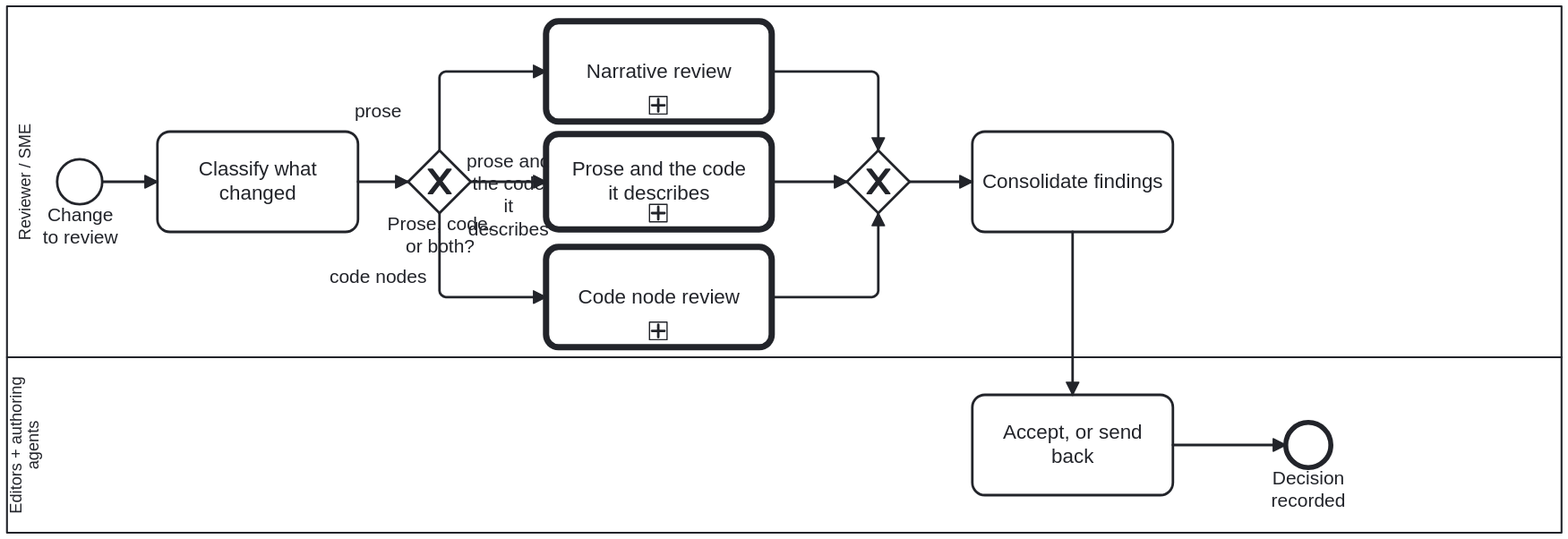
Above: docs/assets/img/workflows/review-task.svg in litlfred/cat-harness (BPMN), before the change. Its source is kept beside it as processes/content/review-task.bpmn. Ids are renumbered.
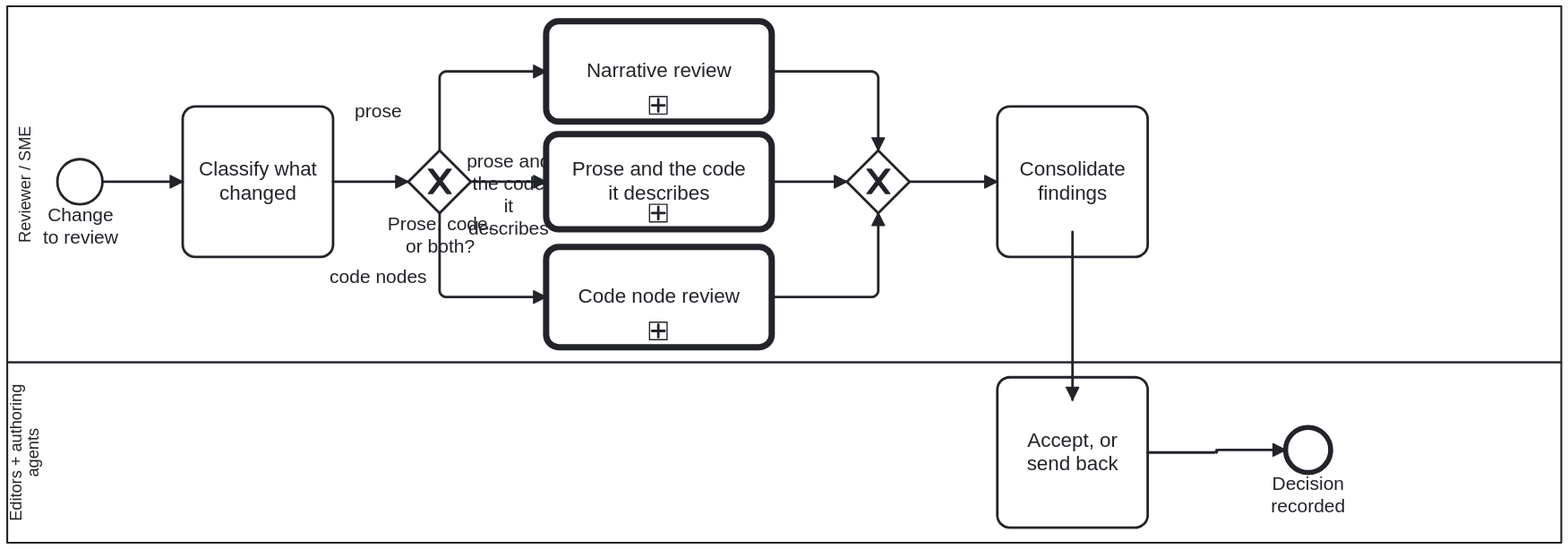
After the commit.

What changed in the source:
```diff
@@ -145,46 +145,48 @@
   <bpmndi:BPMNDiagram id="Diagram_ReviewTask">
     <bpmndi:BPMNPlane id="Plane_ReviewTask" bpmnElement="Process_Review">
       <bpmndi:BPMNShape id="S_Lane_Reviewer" bpmnElement="Lane_Reviewer" isHorizontal="true">
-        <dc:Bounds x="160" y="80" width="1240" height="280"/>
+        <dc:Bounds x="160" y="80" width="1240" height="284" />
       </bpmndi:BPMNShape>
       <bpmndi:BPMNShape id="S_Lane_EditorDecides" bpmnElement="Lane_EditorDecides" isHorizontal="true">
-        <dc:Bounds x="160" y="360" width="1240" height="140"/>
+        <dc:Bounds x="160" y="364" width="1240" height="144" />
       </bpmndi:BPMNShape>
       <bpmndi:BPMNShape id="S_Start_ChangeToReview" bpmnElement="Start_ChangeToReview">
-        <dc:Bounds x="200" y="202" width="36" height="36"/>
+        <dc:Bounds x="200" y="202" width="36" height="36" />
       </bpmndi:BPMNShape>
       <bpmndi:BPMNShape id="S_Task_ClassifyChange" bpmnElement="Task_ClassifyChange">
-        <dc:Bounds x="280" y="180" width="160" height="80"/>
+        <dc:Bounds x="300" y="160" width="120" height="120" />
       </bpmndi:BPMNShape>
       <bpmndi:BPMNShape id="S_GW_Kind" bpmnElement="GW_Kind" isMarkerVisible="true">
-        <dc:Bounds x="480" y="195" width="50" height="50"/>
+        <dc:Bounds x="480" y="195" width="50" height="50" />
       </bpmndi:BPMNShape>
       <bpmndi:BPMNShape id="S_Call_NarrativeReview" bpmnElement="Call_NarrativeReview">
-        <dc:Bounds x="590" y="92" width="180" height="80"/>
+        <dc:Bounds x="590" y="92" width="180" height="80" />
       </bpmndi:BPMNShape>
       <bpmndi:BPMNShape id="S_Call_CodeReview" bpmnElement="Call_CodeReview">
-        <dc:Bounds x="590" y="272" width="180" height="80"/>
+        <dc:Bounds x="590" y="272" width="180" height="80" />
       </bpmndi:BPMNShape>
       <bpmndi:BPMNShape id="S_Call_NarrativeCodeReview" bpmnElement="Call_NarrativeCodeReview">
-        <dc:Bounds x="590" y="182" width="180" height="76"/>
+        <dc:Bounds x="590" y="182" width="180" height="76" />
       </bpmndi:BPMNShape>
       <bpmndi:BPMNShape id="S_GW_Join" bpmnElement="GW_Join" isMarkerVisible="true">
-        <dc:Bounds x="830" y="195" width="50" height="50"/>
+        <dc:Bounds x="830" y="195" width="50" height="50" />
       </bpmndi:BPMNShape>
       <bpmndi:BPMNShape id="S_Task_Consolidate" bpmnElement="Task_Consolidate">
-        <dc:Bounds x="930" y="180" width="160" height="80"/>
+        <dc:Bounds x="950" y="160" width="120" height="120" />
       </bpmndi:BPMNShape>
       <bpmndi:BPMNShape id="S_Task_EditorDecides" bpmnElement="Task_EditorDecides">
-        <dc:Bounds x="930" y="390" width="160" height="80"/>
+        <dc:Bounds x="950" y="376" width="120" height="120" />
       </bpmndi:BPMNShape>
       <bpmndi:BPMNShape id="S_End_Reviewed" bpmnElement="End_Reviewed">
-        <dc:Bounds x="1180" y="412" width="36" height="36"/>
+        <dc:Bounds x="1180" y="416" width="36" height="36" />
       </bpmndi:BPMNShape>
       <bpmndi:BPMNEdge id="E_F_R1" bpmnElement="F_R1">
-        <di:waypoint x="236" y="220"/><di:waypoint x="280" y="220"/>
+        <di:waypoint x="236" y="220" />
+        <di:waypoint x="300" y="220" />
       </bpmndi:BPMNEdge>
       <bpmndi:BPMNEdge id="E_F_R2" bpmnElement="F_R2">
-        <di:waypoint x="440" y="220"/><di:waypoint x="480" y="220"/>
+        <di:waypoint x="420" y="220" />
+        <di:waypoint x="480" y="220" />
       </bpmndi:BPMNEdge>
       <bpmndi:BPMNEdge id="E_F_R3" bpmnElement="F_R3">
         <di:waypoint x="505" y="195"/><di:waypoint x="505" y="132"/><di:waypoint x="590" y="132"/>
@@ -207,13 +209,18 @@
         <di:waypoint x="770" y="220"/><di:waypoint x="830" y="220"/>
       </bpmndi:BPMNEdge>
       <bpmndi:BPMNEdge id="E_F_R7" bpmnElement="F_R7">
-        <di:waypoint x="880" y="220"/><di:waypoint x="930" y="220"/>
+        <di:waypoint x="880" y="220" />
+        <di:waypoint x="950" y="220" />
       </bpmndi:BPMNEdge>
       <bpmndi:BPMNEdge id="E_F_R8" bpmnElement="F_R8">
-        <di:waypoint x="1010" y="260"/><di:waypoint x="1010" y="390"/>
+        <di:waypoint x="1010" y="260" />
+        <di:waypoint x="1010" y="394" />
       </bpmndi:BPMNEdge>
       <bpmndi:BPMNEdge id="E_F_R9" bpmnElement="F_R9">
-        <di:waypoint x="1090" y="430"/><di:waypoint x="1180" y="430"/>
+        <di:waypoint x="1070" y="436" />
+        <di:waypoint x="1125" y="436" />
+        <di:waypoint x="1125" y="434" />
+        <di:waypoint x="1180" y="434" />
       </bpmndi:BPMNEdge>
     </bpmndi:BPMNPlane>
   </bpmndi:BPMNDiagram>
```
